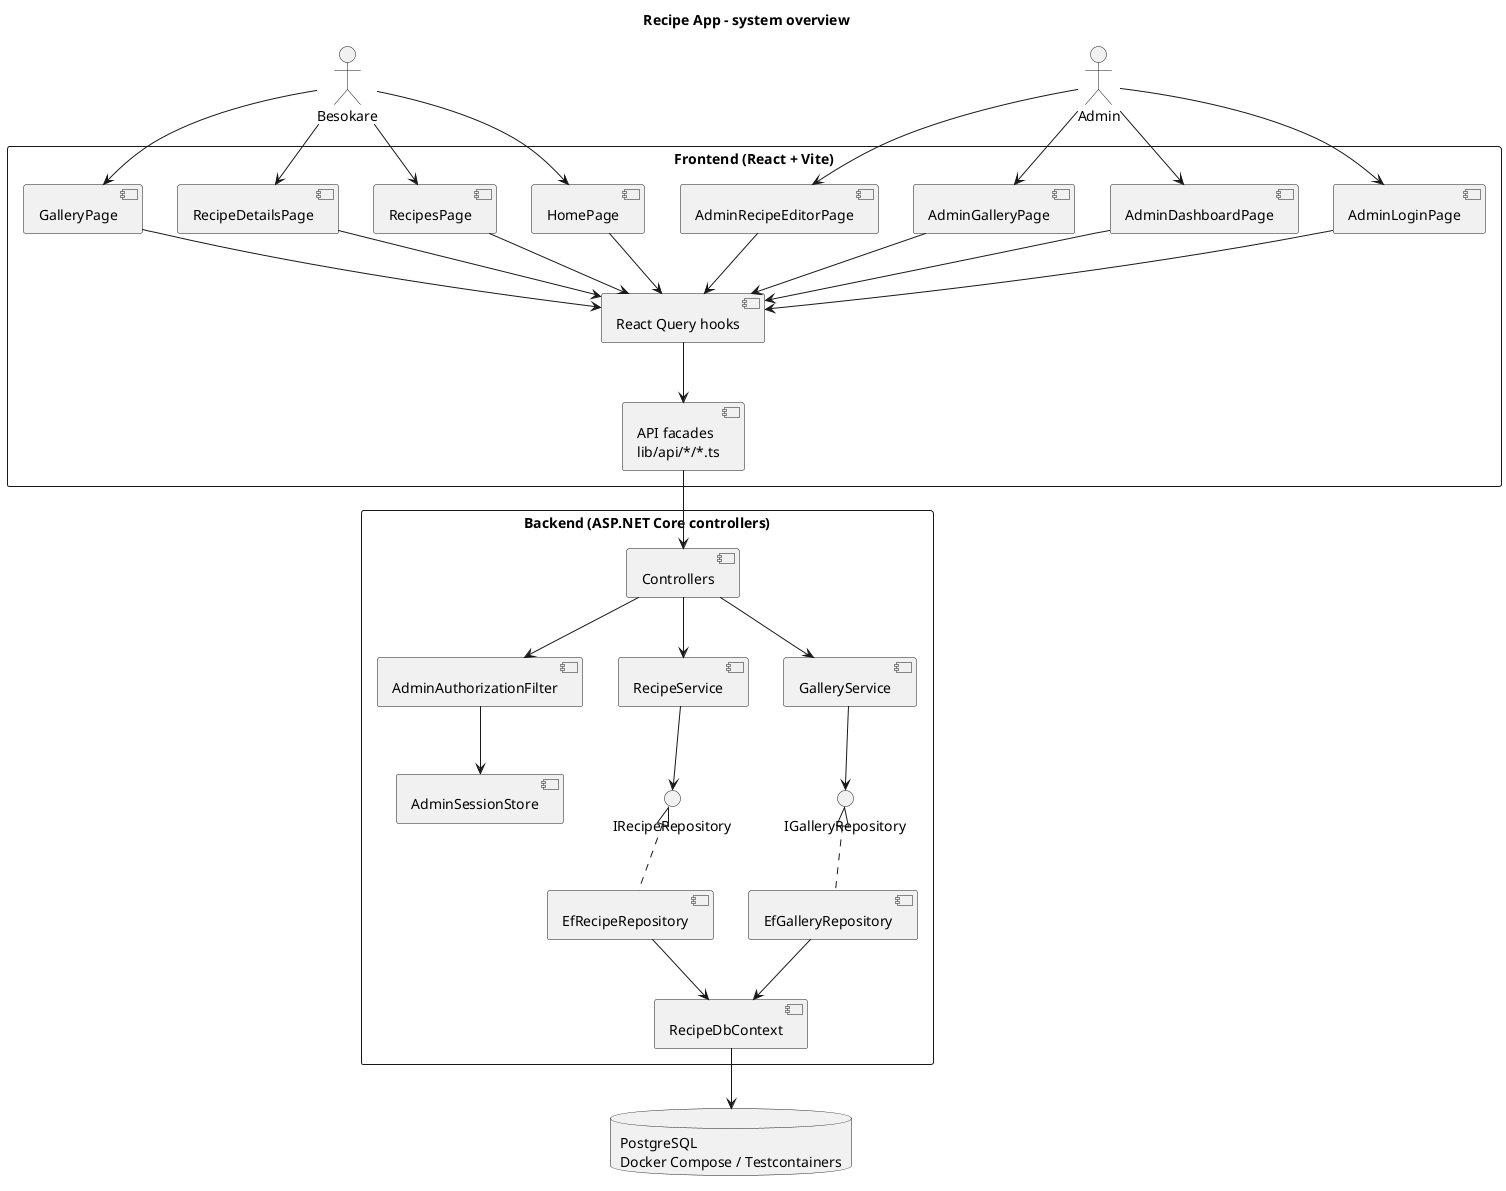
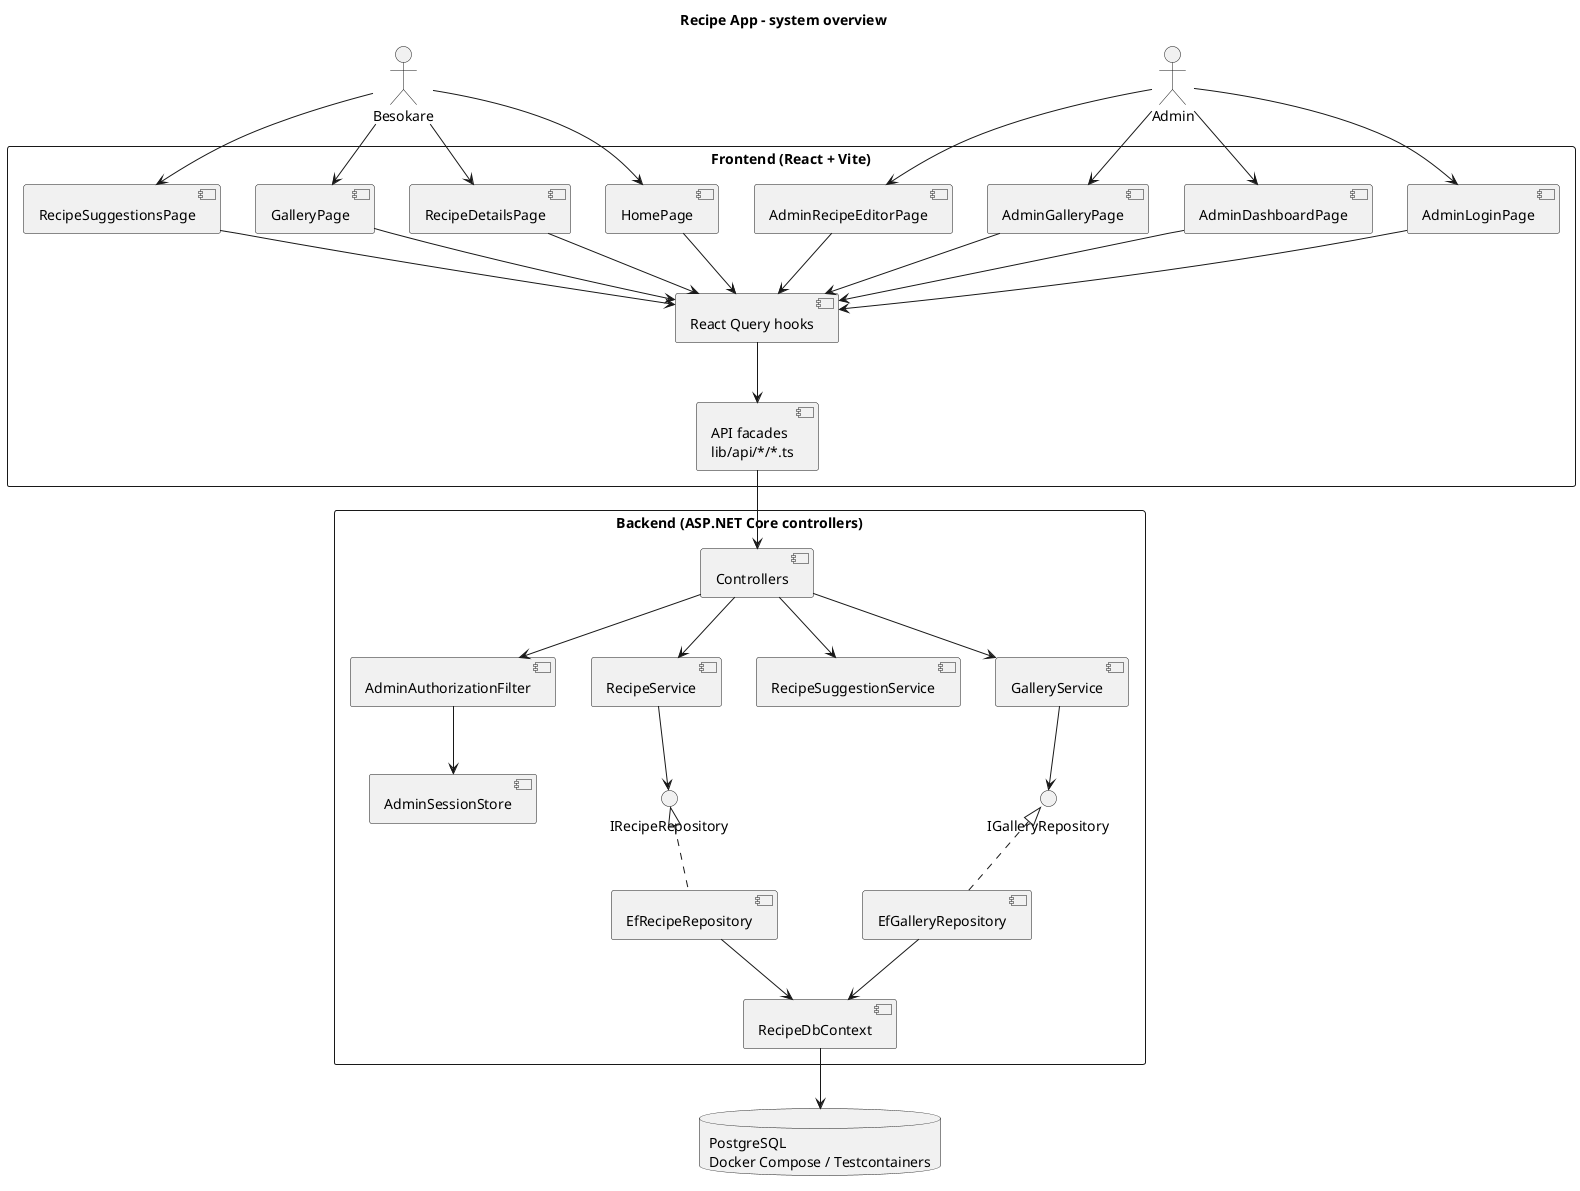
@startuml
title Recipe App - system overview

actor "Besokare" as Visitor
actor "Admin" as Admin

rectangle "Frontend (React + Vite)" {
  component "HomePage" as HomePage
-   component "RecipesPage" as RecipesPage
  component "RecipeDetailsPage" as RecipeDetailsPage
  component "GalleryPage" as GalleryPage
+   component "RecipeSuggestionsPage" as RecipeSuggestionsPage
  component "AdminLoginPage" as AdminLoginPage
  component "AdminDashboardPage" as AdminDashboardPage
  component "AdminGalleryPage" as AdminGalleryPage
  component "AdminRecipeEditorPage" as AdminRecipeEditorPage
  component "React Query hooks" as Hooks
  component "API facades\nlib/api/*/*.ts" as ApiFacade
}

rectangle "Backend (ASP.NET Core controllers)" {
  component "Controllers" as Controllers
  component "AdminAuthorizationFilter" as Filter
  component "AdminSessionStore" as SessionStore
  component "RecipeService" as RecipeService
+   component "RecipeSuggestionService" as RecipeSuggestionService
  component "GalleryService" as GalleryService
  interface "IRecipeRepository" as RecipeRepo
  interface "IGalleryRepository" as GalleryRepo
  component "EfRecipeRepository" as EfRecipeRepo
  component "EfGalleryRepository" as EfGalleryRepo
  component "RecipeDbContext" as DbContext
}

database "PostgreSQL\nDocker Compose / Testcontainers" as Postgres

Visitor --> HomePage
- Visitor --> RecipesPage
Visitor --> RecipeDetailsPage
Visitor --> GalleryPage
+ Visitor --> RecipeSuggestionsPage
Admin --> AdminLoginPage
Admin --> AdminDashboardPage
Admin --> AdminGalleryPage
Admin --> AdminRecipeEditorPage

HomePage --> Hooks
- RecipesPage --> Hooks
RecipeDetailsPage --> Hooks
GalleryPage --> Hooks
+ RecipeSuggestionsPage --> Hooks
AdminLoginPage --> Hooks
AdminDashboardPage --> Hooks
AdminGalleryPage --> Hooks
AdminRecipeEditorPage --> Hooks

Hooks --> ApiFacade
ApiFacade --> Controllers

Controllers --> Filter
Filter --> SessionStore
Controllers --> RecipeService
+ Controllers --> RecipeSuggestionService
Controllers --> GalleryService
RecipeService --> RecipeRepo
GalleryService --> GalleryRepo
RecipeRepo <|.. EfRecipeRepo
GalleryRepo <|.. EfGalleryRepo
EfRecipeRepo --> DbContext
EfGalleryRepo --> DbContext
DbContext --> Postgres

@enduml
